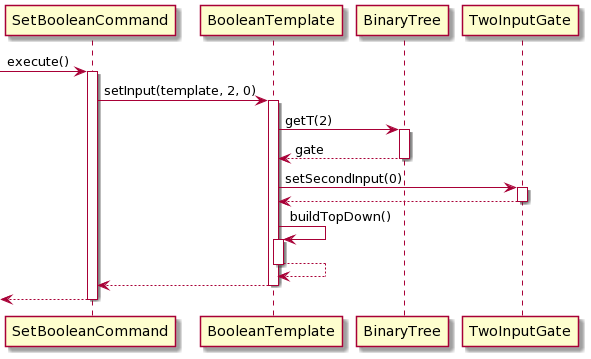
Before: docs/diagrams/setBooleanCommand.png, a diagram exported from PlantUML (sevenseasofbri/tp).
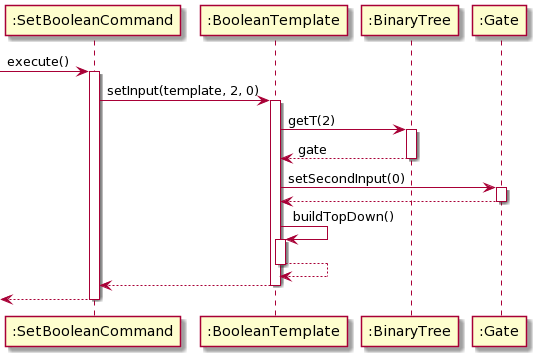
The same file after the commit.

What changed in the source:
```diff
@@ -1,31 +1,31 @@
 @startuml
-[-> SetBooleanCommand : execute()
-activate SetBooleanCommand
+[-> ":SetBooleanCommand" : execute()
+activate ":SetBooleanCommand"
 
-SetBooleanCommand -> BooleanTemplate : setInput(template, 2, 0)
-activate BooleanTemplate
+":SetBooleanCommand" -> ":BooleanTemplate" : setInput(template, 2, 0)
+activate ":BooleanTemplate"
 
-BooleanTemplate -> BinaryTree : getT(2)
-activate BinaryTree
+":BooleanTemplate" -> ":BinaryTree" : getT(2)
+activate ":BinaryTree"
 
-BinaryTree --> BooleanTemplate : gate
-deactivate BinaryTree
+":BinaryTree" --> ":BooleanTemplate" : gate
+deactivate ":BinaryTree"
 
-BooleanTemplate -> TwoInputGate : setSecondInput(0)
-activate TwoInputGate
+":BooleanTemplate" -> ":Gate" : setSecondInput(0)
+activate ":Gate"
 
-TwoInputGate --> BooleanTemplate
-deactivate TwoInputGate
+":Gate" --> ":BooleanTemplate"
+deactivate ":Gate"
 
-BooleanTemplate -> BooleanTemplate : buildTopDown()
-activate BooleanTemplate
+":BooleanTemplate" -> ":BooleanTemplate" : buildTopDown()
+activate ":BooleanTemplate"
 
-BooleanTemplate --> BooleanTemplate
-deactivate BooleanTemplate
+":BooleanTemplate" --> ":BooleanTemplate"
+deactivate ":BooleanTemplate"
 
-BooleanTemplate --> SetBooleanCommand
-deactivate BooleanTemplate
+":BooleanTemplate" --> ":SetBooleanCommand"
+deactivate ":BooleanTemplate"
 
-[<-- SetBooleanCommand
-deactivate SetBooleanCommand
+[<-- ":SetBooleanCommand"
+deactivate ":SetBooleanCommand"
 @enduml
```
